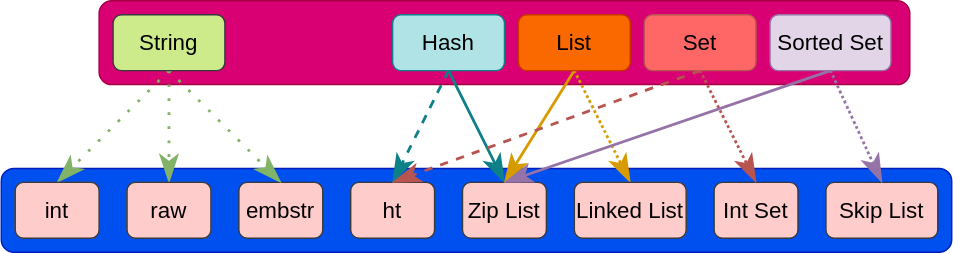
Before: images/8/redis-type-structure-mapping.svg, a diagram exported from draw.io (LeanLeeOne/notes). Source tidied: cells renumbered, new cells last; positions are measured from the earlier drawing's top-left corner, leaving out a move shared by most shapes.
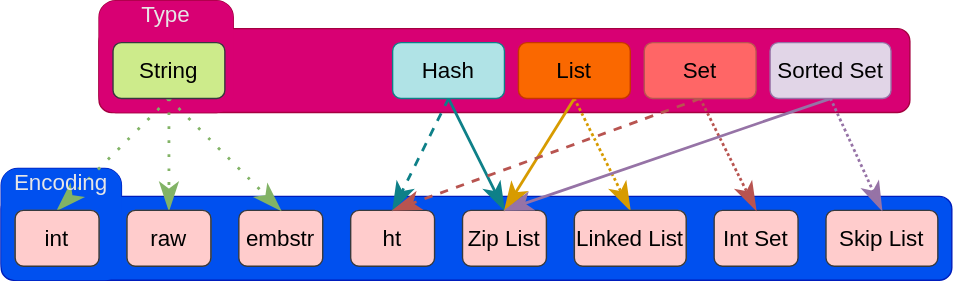
After the change.

Commit message:
完善数据结构

What changed in the source:
```diff
@@ -2,12 +2,24 @@
   <root>
     <mxCell id="0" />
     <mxCell id="1" parent="0" />
+    <mxCell id="31" style="rounded=1;whiteSpace=wrap;html=1;hachureGap=4;fontSize=16;fontColor=#ffffff;fillColor=#0050ef;strokeColor=#001DBC;" parent="1" vertex="1">
+      <mxGeometry y="100" width="86" height="80" as="geometry" />
+    </mxCell>
+    <mxCell id="32" style="rounded=1;whiteSpace=wrap;html=1;hachureGap=4;fontSize=16;fontColor=#ffffff;fillColor=#d80073;strokeColor=#A50040;" parent="1" vertex="1">
+      <mxGeometry x="70" y="-20" width="96" height="80" as="geometry" />
+    </mxCell>
     <mxCell id="2" style="rounded=1;whiteSpace=wrap;html=1;hachureGap=4;fontSize=16;fillColor=#d80073;strokeColor=#A50040;fontColor=#ffffff;" parent="1" vertex="1">
       <mxGeometry x="70" width="580" height="60" as="geometry" />
     </mxCell>
+    <mxCell id="33" style="rounded=1;whiteSpace=wrap;html=1;hachureGap=4;fontSize=16;fontColor=#ffffff;fillColor=#d80073;strokeColor=none;" parent="1" vertex="1">
+      <mxGeometry x="70" y="-20" width="96" height="80" as="geometry" />
+    </mxCell>
     <mxCell id="3" style="rounded=1;whiteSpace=wrap;html=1;hachureGap=4;fontSize=16;fillColor=#0050ef;strokeColor=#001DBC;fontColor=#ffffff;" parent="1" vertex="1">
       <mxGeometry y="120" width="680" height="60" as="geometry" />
     </mxCell>
+    <mxCell id="34" style="rounded=1;whiteSpace=wrap;html=1;hachureGap=4;fontSize=16;fontColor=#ffffff;fillColor=#0050ef;strokeColor=none;" parent="1" vertex="1">
+      <mxGeometry y="100" width="86" height="80" as="geometry" />
+    </mxCell>
     <mxCell id="4" value="embstr" style="rounded=1;whiteSpace=wrap;html=1;hachureGap=4;fontSize=16;fillColor=#ffcccc;strokeColor=#36393d;" parent="1" vertex="1">
       <mxGeometry x="170" y="130" width="60" height="40" as="geometry" />
     </mxCell>
@@ -89,5 +101,11 @@
     <mxCell id="30" value="raw" style="rounded=1;whiteSpace=wrap;html=1;hachureGap=4;fontSize=16;fillColor=#ffcccc;strokeColor=#36393d;" parent="1" vertex="1">
       <mxGeometry x="90" y="130" width="60" height="40" as="geometry" />
     </mxCell>
+    <mxCell id="35" value="Type" style="text;html=1;strokeColor=none;fillColor=none;align=center;verticalAlign=middle;whiteSpace=wrap;rounded=0;hachureGap=4;fontSize=16;fontColor=#E6E6E6;" parent="1" vertex="1">
+      <mxGeometry x="70" y="-20" width="96" height="20" as="geometry" />
+    </mxCell>
+    <mxCell id="36" value="Encoding" style="text;html=1;strokeColor=none;fillColor=none;align=center;verticalAlign=middle;whiteSpace=wrap;rounded=0;hachureGap=4;fontSize=16;fontColor=#E6E6E6;" parent="1" vertex="1">
+      <mxGeometry y="100" width="86" height="20" as="geometry" />
+    </mxCell>
   </root>
 </mxGraphModel>
```
